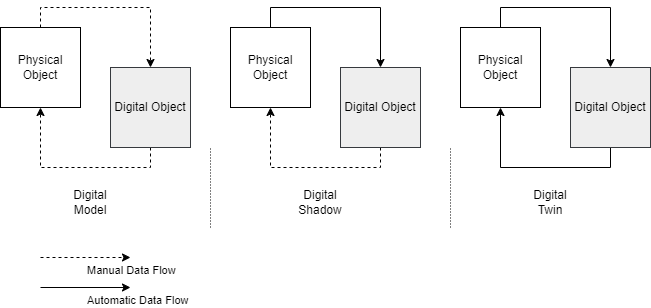
The draw.io diagram figures/kritzinger.png in fishingpvalues/masterthesis, before a commit. Source tidied: cells renumbered, new cells last; positions are measured from the earlier drawing's top-left corner, leaving out a move shared by most shapes. Source of this version:
```xml
<mxGraphModel>
  <root>
    <mxCell id="0" />
    <mxCell id="1" parent="0" />
    <mxCell id="2" style="edgeStyle=orthogonalEdgeStyle;rounded=0;jettySize=auto;html=1;entryX=0.5;entryY=0;entryDx=0;entryDy=0;exitX=0.5;exitY=0;exitDx=0;exitDy=0;dashed=1;" parent="1" edge="1" source="3" target="5">
      <mxGeometry relative="1" as="geometry" />
    </mxCell>
    <mxCell id="3" value="Physical Object" style="whiteSpace=wrap;html=1;" parent="1" vertex="1">
      <mxGeometry width="80" height="80" as="geometry" />
    </mxCell>
    <mxCell id="4" style="edgeStyle=orthogonalEdgeStyle;rounded=0;jettySize=auto;html=1;entryX=0.5;entryY=1;entryDx=0;entryDy=0;exitX=0.5;exitY=1;exitDx=0;exitDy=0;dashed=1;" parent="1" edge="1" source="5" target="3">
      <mxGeometry relative="1" as="geometry" />
    </mxCell>
    <mxCell id="5" value="Digital Object" style="whiteSpace=wrap;html=1;fillColor=#eeeeee;strokeColor=#36393d;" parent="1" vertex="1">
      <mxGeometry x="110" y="40" width="80" height="80" as="geometry" />
    </mxCell>
    <mxCell id="6" value="Digital Model" style="text;html=1;align=center;verticalAlign=middle;whiteSpace=wrap;rounded=0;" parent="1" vertex="1">
      <mxGeometry x="60" y="160" width="60" height="30" as="geometry" />
    </mxCell>
    <mxCell id="7" style="edgeStyle=orthogonalEdgeStyle;rounded=0;jettySize=auto;html=1;entryX=0.5;entryY=0;entryDx=0;entryDy=0;exitX=0.5;exitY=0;exitDx=0;exitDy=0;" parent="1" edge="1" source="8" target="10">
      <mxGeometry relative="1" as="geometry" />
    </mxCell>
    <mxCell id="8" value="Physical Object" style="whiteSpace=wrap;html=1;" parent="1" vertex="1">
      <mxGeometry x="230" width="80" height="80" as="geometry" />
    </mxCell>
    <mxCell id="9" style="edgeStyle=orthogonalEdgeStyle;rounded=0;jettySize=auto;html=1;entryX=0.5;entryY=1;entryDx=0;entryDy=0;exitX=0.5;exitY=1;exitDx=0;exitDy=0;dashed=1;" parent="1" edge="1" source="10" target="8">
      <mxGeometry relative="1" as="geometry" />
    </mxCell>
    <mxCell id="10" value="Digital Object" style="whiteSpace=wrap;html=1;fillColor=#eeeeee;strokeColor=#36393d;" parent="1" vertex="1">
      <mxGeometry x="340" y="40" width="80" height="80" as="geometry" />
    </mxCell>
    <mxCell id="11" value="Digital Shadow" style="text;html=1;align=center;verticalAlign=middle;whiteSpace=wrap;rounded=0;" parent="1" vertex="1">
      <mxGeometry x="290" y="160" width="60" height="30" as="geometry" />
    </mxCell>
    <mxCell id="12" style="edgeStyle=orthogonalEdgeStyle;rounded=0;jettySize=auto;html=1;entryX=0.5;entryY=0;entryDx=0;entryDy=0;exitX=0.5;exitY=0;exitDx=0;exitDy=0;" parent="1" edge="1" source="13" target="15">
      <mxGeometry relative="1" as="geometry" />
    </mxCell>
    <mxCell id="13" value="Physical Object" style="whiteSpace=wrap;html=1;" parent="1" vertex="1">
      <mxGeometry x="460" width="80" height="80" as="geometry" />
    </mxCell>
    <mxCell id="14" style="edgeStyle=orthogonalEdgeStyle;rounded=0;jettySize=auto;html=1;entryX=0.5;entryY=1;entryDx=0;entryDy=0;exitX=0.5;exitY=1;exitDx=0;exitDy=0;" parent="1" edge="1" source="15" target="13">
      <mxGeometry relative="1" as="geometry" />
    </mxCell>
    <mxCell id="15" value="Digital Object" style="whiteSpace=wrap;html=1;fillColor=#eeeeee;strokeColor=#36393d;" parent="1" vertex="1">
      <mxGeometry x="570" y="40" width="80" height="80" as="geometry" />
    </mxCell>
    <mxCell id="16" value="Digital Twin" style="text;html=1;align=center;verticalAlign=middle;whiteSpace=wrap;rounded=0;" parent="1" vertex="1">
      <mxGeometry x="520" y="160" width="60" height="30" as="geometry" />
    </mxCell>
    <mxCell id="17" style="endArrow=none;html=1;rounded=0;dashed=1;dashPattern=1 2;" parent="1" edge="1">
      <mxGeometry relative="1" as="geometry">
        <mxPoint x="210" y="200" as="sourcePoint" />
        <mxPoint x="210" y="120" as="targetPoint" />
      </mxGeometry>
    </mxCell>
    <mxCell id="18" style="endArrow=none;html=1;rounded=0;dashed=1;dashPattern=1 2;" parent="1" edge="1">
      <mxGeometry relative="1" as="geometry">
        <mxPoint x="450" y="200" as="sourcePoint" />
        <mxPoint x="450" y="120" as="targetPoint" />
      </mxGeometry>
    </mxCell>
    <mxCell id="19" value="Manual Data Flow" style="endArrow=classic;html=1;rounded=0;align=left;labelPosition=right;verticalLabelPosition=middle;verticalAlign=top;dashed=1;" parent="1" edge="1">
      <mxGeometry relative="1" as="geometry">
        <mxPoint x="40" y="230" as="sourcePoint" />
        <mxPoint x="130" y="230" as="targetPoint" />
      </mxGeometry>
    </mxCell>
    <mxCell id="20" value="Automatic Data Flow" style="endArrow=classic;html=1;rounded=0;align=left;labelPosition=right;verticalLabelPosition=middle;verticalAlign=top;" parent="1" edge="1">
      <mxGeometry relative="1" as="geometry">
        <mxPoint x="40" y="260" as="sourcePoint" />
        <mxPoint x="130" y="260" as="targetPoint" />
      </mxGeometry>
    </mxCell>
  </root>
</mxGraphModel>
```
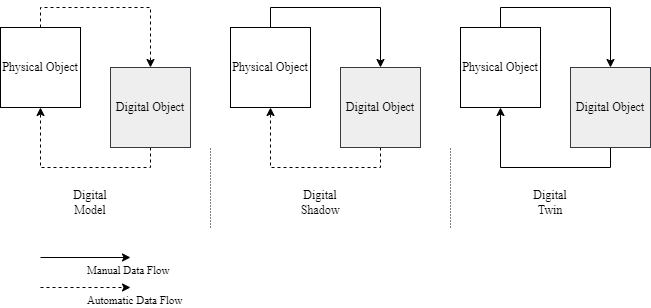
The same diagram one commit later.

Diff of the diagram source:
```diff
@@ -2,70 +2,70 @@
   <root>
     <mxCell id="0" />
     <mxCell id="1" parent="0" />
-    <mxCell id="2" style="edgeStyle=orthogonalEdgeStyle;rounded=0;jettySize=auto;html=1;entryX=0.5;entryY=0;entryDx=0;entryDy=0;exitX=0.5;exitY=0;exitDx=0;exitDy=0;dashed=1;" parent="1" edge="1" source="3" target="5">
+    <mxCell id="2" style="edgeStyle=orthogonalEdgeStyle;rounded=0;jettySize=auto;html=1;entryX=0.5;entryY=0;entryDx=0;entryDy=0;exitX=0.5;exitY=0;exitDx=0;exitDy=0;dashed=1;fontFamily=Times New Roman;" parent="1" edge="1" source="3" target="5">
       <mxGeometry relative="1" as="geometry" />
     </mxCell>
-    <mxCell id="3" value="Physical Object" style="whiteSpace=wrap;html=1;" parent="1" vertex="1">
+    <mxCell id="3" value="Physical Object" style="whiteSpace=wrap;html=1;fontFamily=Times New Roman;" parent="1" vertex="1">
       <mxGeometry width="80" height="80" as="geometry" />
     </mxCell>
-    <mxCell id="4" style="edgeStyle=orthogonalEdgeStyle;rounded=0;jettySize=auto;html=1;entryX=0.5;entryY=1;entryDx=0;entryDy=0;exitX=0.5;exitY=1;exitDx=0;exitDy=0;dashed=1;" parent="1" edge="1" source="5" target="3">
+    <mxCell id="4" style="edgeStyle=orthogonalEdgeStyle;rounded=0;jettySize=auto;html=1;entryX=0.5;entryY=1;entryDx=0;entryDy=0;exitX=0.5;exitY=1;exitDx=0;exitDy=0;dashed=1;fontFamily=Times New Roman;" parent="1" edge="1" source="5" target="3">
       <mxGeometry relative="1" as="geometry" />
     </mxCell>
-    <mxCell id="5" value="Digital Object" style="whiteSpace=wrap;html=1;fillColor=#eeeeee;strokeColor=#36393d;" parent="1" vertex="1">
+    <mxCell id="5" value="Digital Object" style="whiteSpace=wrap;html=1;fillColor=#eeeeee;strokeColor=#36393d;fontFamily=Times New Roman;" parent="1" vertex="1">
       <mxGeometry x="110" y="40" width="80" height="80" as="geometry" />
     </mxCell>
-    <mxCell id="6" value="Digital Model" style="text;html=1;align=center;verticalAlign=middle;whiteSpace=wrap;rounded=0;" parent="1" vertex="1">
+    <mxCell id="6" value="Digital Model" style="text;html=1;align=center;verticalAlign=middle;whiteSpace=wrap;rounded=0;fontFamily=Times New Roman;" parent="1" vertex="1">
       <mxGeometry x="60" y="160" width="60" height="30" as="geometry" />
     </mxCell>
-    <mxCell id="7" style="edgeStyle=orthogonalEdgeStyle;rounded=0;jettySize=auto;html=1;entryX=0.5;entryY=0;entryDx=0;entryDy=0;exitX=0.5;exitY=0;exitDx=0;exitDy=0;" parent="1" edge="1" source="8" target="10">
+    <mxCell id="7" style="edgeStyle=orthogonalEdgeStyle;rounded=0;jettySize=auto;html=1;entryX=0.5;entryY=0;entryDx=0;entryDy=0;exitX=0.5;exitY=0;exitDx=0;exitDy=0;fontFamily=Times New Roman;" parent="1" edge="1" source="8" target="10">
       <mxGeometry relative="1" as="geometry" />
     </mxCell>
-    <mxCell id="8" value="Physical Object" style="whiteSpace=wrap;html=1;" parent="1" vertex="1">
+    <mxCell id="8" value="Physical Object" style="whiteSpace=wrap;html=1;fontFamily=Times New Roman;" parent="1" vertex="1">
       <mxGeometry x="230" width="80" height="80" as="geometry" />
     </mxCell>
-    <mxCell id="9" style="edgeStyle=orthogonalEdgeStyle;rounded=0;jettySize=auto;html=1;entryX=0.5;entryY=1;entryDx=0;entryDy=0;exitX=0.5;exitY=1;exitDx=0;exitDy=0;dashed=1;" parent="1" edge="1" source="10" target="8">
+    <mxCell id="9" style="edgeStyle=orthogonalEdgeStyle;rounded=0;jettySize=auto;html=1;entryX=0.5;entryY=1;entryDx=0;entryDy=0;exitX=0.5;exitY=1;exitDx=0;exitDy=0;dashed=1;fontFamily=Times New Roman;" parent="1" edge="1" source="10" target="8">
       <mxGeometry relative="1" as="geometry" />
     </mxCell>
-    <mxCell id="10" value="Digital Object" style="whiteSpace=wrap;html=1;fillColor=#eeeeee;strokeColor=#36393d;" parent="1" vertex="1">
+    <mxCell id="10" value="Digital Object" style="whiteSpace=wrap;html=1;fillColor=#eeeeee;strokeColor=#36393d;fontFamily=Times New Roman;" parent="1" vertex="1">
       <mxGeometry x="340" y="40" width="80" height="80" as="geometry" />
     </mxCell>
-    <mxCell id="11" value="Digital Shadow" style="text;html=1;align=center;verticalAlign=middle;whiteSpace=wrap;rounded=0;" parent="1" vertex="1">
+    <mxCell id="11" value="Digital Shadow" style="text;html=1;align=center;verticalAlign=middle;whiteSpace=wrap;rounded=0;fontFamily=Times New Roman;" parent="1" vertex="1">
       <mxGeometry x="290" y="160" width="60" height="30" as="geometry" />
     </mxCell>
-    <mxCell id="12" style="edgeStyle=orthogonalEdgeStyle;rounded=0;jettySize=auto;html=1;entryX=0.5;entryY=0;entryDx=0;entryDy=0;exitX=0.5;exitY=0;exitDx=0;exitDy=0;" parent="1" edge="1" source="13" target="15">
+    <mxCell id="12" style="edgeStyle=orthogonalEdgeStyle;rounded=0;jettySize=auto;html=1;entryX=0.5;entryY=0;entryDx=0;entryDy=0;exitX=0.5;exitY=0;exitDx=0;exitDy=0;fontFamily=Times New Roman;" parent="1" edge="1" source="13" target="15">
       <mxGeometry relative="1" as="geometry" />
     </mxCell>
-    <mxCell id="13" value="Physical Object" style="whiteSpace=wrap;html=1;" parent="1" vertex="1">
+    <mxCell id="13" value="Physical Object" style="whiteSpace=wrap;html=1;fontFamily=Times New Roman;" parent="1" vertex="1">
       <mxGeometry x="460" width="80" height="80" as="geometry" />
     </mxCell>
-    <mxCell id="14" style="edgeStyle=orthogonalEdgeStyle;rounded=0;jettySize=auto;html=1;entryX=0.5;entryY=1;entryDx=0;entryDy=0;exitX=0.5;exitY=1;exitDx=0;exitDy=0;" parent="1" edge="1" source="15" target="13">
+    <mxCell id="14" style="edgeStyle=orthogonalEdgeStyle;rounded=0;jettySize=auto;html=1;entryX=0.5;entryY=1;entryDx=0;entryDy=0;exitX=0.5;exitY=1;exitDx=0;exitDy=0;fontFamily=Times New Roman;" parent="1" edge="1" source="15" target="13">
       <mxGeometry relative="1" as="geometry" />
     </mxCell>
-    <mxCell id="15" value="Digital Object" style="whiteSpace=wrap;html=1;fillColor=#eeeeee;strokeColor=#36393d;" parent="1" vertex="1">
+    <mxCell id="15" value="Digital Object" style="whiteSpace=wrap;html=1;fillColor=#eeeeee;strokeColor=#36393d;fontFamily=Times New Roman;" parent="1" vertex="1">
       <mxGeometry x="570" y="40" width="80" height="80" as="geometry" />
     </mxCell>
-    <mxCell id="16" value="Digital Twin" style="text;html=1;align=center;verticalAlign=middle;whiteSpace=wrap;rounded=0;" parent="1" vertex="1">
+    <mxCell id="16" value="Digital Twin" style="text;html=1;align=center;verticalAlign=middle;whiteSpace=wrap;rounded=0;fontFamily=Times New Roman;" parent="1" vertex="1">
       <mxGeometry x="520" y="160" width="60" height="30" as="geometry" />
     </mxCell>
-    <mxCell id="17" style="endArrow=none;html=1;rounded=0;dashed=1;dashPattern=1 2;" parent="1" edge="1">
+    <mxCell id="17" style="endArrow=none;html=1;rounded=0;dashed=1;dashPattern=1 2;fontFamily=Times New Roman;" parent="1" edge="1">
       <mxGeometry relative="1" as="geometry">
         <mxPoint x="210" y="200" as="sourcePoint" />
         <mxPoint x="210" y="120" as="targetPoint" />
       </mxGeometry>
     </mxCell>
-    <mxCell id="18" style="endArrow=none;html=1;rounded=0;dashed=1;dashPattern=1 2;" parent="1" edge="1">
+    <mxCell id="18" style="endArrow=none;html=1;rounded=0;dashed=1;dashPattern=1 2;fontFamily=Times New Roman;" parent="1" edge="1">
       <mxGeometry relative="1" as="geometry">
         <mxPoint x="450" y="200" as="sourcePoint" />
         <mxPoint x="450" y="120" as="targetPoint" />
       </mxGeometry>
     </mxCell>
-    <mxCell id="19" value="Manual Data Flow" style="endArrow=classic;html=1;rounded=0;align=left;labelPosition=right;verticalLabelPosition=middle;verticalAlign=top;dashed=1;" parent="1" edge="1">
+    <mxCell id="19" value="Manual Data Flow" style="endArrow=classic;html=1;rounded=0;align=left;labelPosition=right;verticalLabelPosition=middle;verticalAlign=top;fontFamily=Times New Roman;" parent="1" edge="1">
       <mxGeometry relative="1" as="geometry">
         <mxPoint x="40" y="230" as="sourcePoint" />
         <mxPoint x="130" y="230" as="targetPoint" />
       </mxGeometry>
     </mxCell>
-    <mxCell id="20" value="Automatic Data Flow" style="endArrow=classic;html=1;rounded=0;align=left;labelPosition=right;verticalLabelPosition=middle;verticalAlign=top;" parent="1" edge="1">
+    <mxCell id="20" value="Automatic Data Flow" style="endArrow=classic;html=1;rounded=0;align=left;labelPosition=right;verticalLabelPosition=middle;verticalAlign=top;dashed=1;fontFamily=Times New Roman;" parent="1" edge="1">
       <mxGeometry relative="1" as="geometry">
         <mxPoint x="40" y="260" as="sourcePoint" />
         <mxPoint x="130" y="260" as="targetPoint" />
```
